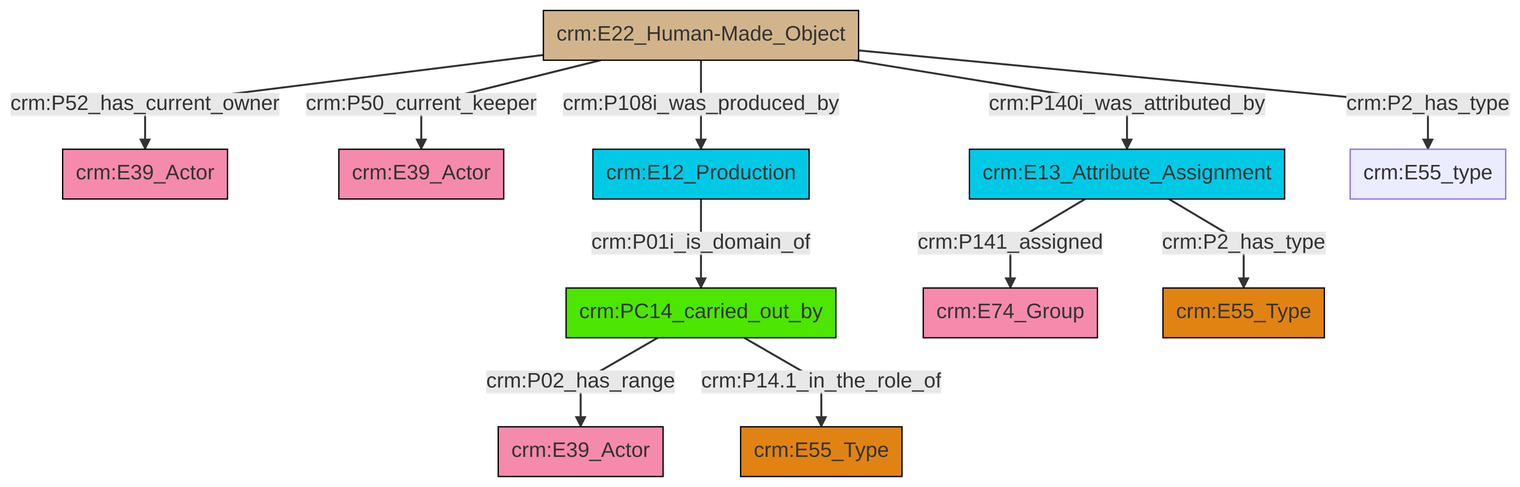
Before: et/artworkCSV/ttl/mmd/png/Artwork_Actor_Relations.png, a diagram exported from Mermaid (swiss-art-research-net/reference-data-models). Its source is kept beside it as et/artworkCSV/ttl/mmd/Artwork_Actor_Relations.ttl.mmd. Source of this version:
```mermaid
graph TD
classDef Literal fill:#f2f2f2,stroke:#000000;
classDef CRM_Entity fill:#FFFFFF,stroke:#000000;
classDef Temporal_Entity fill:#00C9E6, stroke:#000000;
classDef Type fill:#E18312, stroke:#000000;
classDef Time-Span fill:#2C9C91, stroke:#000000;
classDef Appellation fill:#FFEB7F, stroke:#000000;
classDef Place fill:#008836, stroke:#000000;
classDef Persistent_Item fill:#B266B2, stroke:#000000;
classDef Conceptual_Object fill:#FFD700, stroke:#000000;
classDef Physical_Thing fill:#D2B48C, stroke:#000000;
classDef Actor fill:#f58aad, stroke:#000000;
classDef PC_Classes fill:#4ce600, stroke:#000000;
classDef Multi fill:#cccccc,stroke:#000000;

0["crm:PC14_carried_out_by"]:::PC_Classes -->|crm:P02_has_range| 1["crm:E39_Actor"]:::Actor
2["crm:E22_Human-Made_Object"]:::Physical_Thing -->|crm:P52_has_current_owner| 3["crm:E39_Actor"]:::Actor
12["crm:E12_Production"]:::Temporal_Entity -->|crm:P01i_is_domain_of| 0["crm:PC14_carried_out_by"]:::PC_Classes
13["crm:E13_Attribute_Assignment"]:::Temporal_Entity -->|crm:P141_assigned| 6["crm:E74_Group"]:::Actor
2["crm:E22_Human-Made_Object"]:::Physical_Thing -->|crm:P2_has_type| 16["crm:E55_type"]:::Default
2["crm:E22_Human-Made_Object"]:::Physical_Thing -->|crm:P108i_was_produced_by| 12["crm:E12_Production"]:::Temporal_Entity
2["crm:E22_Human-Made_Object"]:::Physical_Thing -->|crm:P140i_was_attributed_by| 13["crm:E13_Attribute_Assignment"]:::Temporal_Entity
0["crm:PC14_carried_out_by"]:::PC_Classes -->|crm:P14.1_in_the_role_of| 14["crm:E55_Type"]:::Type
2["crm:E22_Human-Made_Object"]:::Physical_Thing -->|crm:P50_current_keeper| 4["crm:E39_Actor"]:::Actor
13["crm:E13_Attribute_Assignment"]:::Temporal_Entity -->|crm:P2_has_type| 10["crm:E55_Type"]:::Type
```
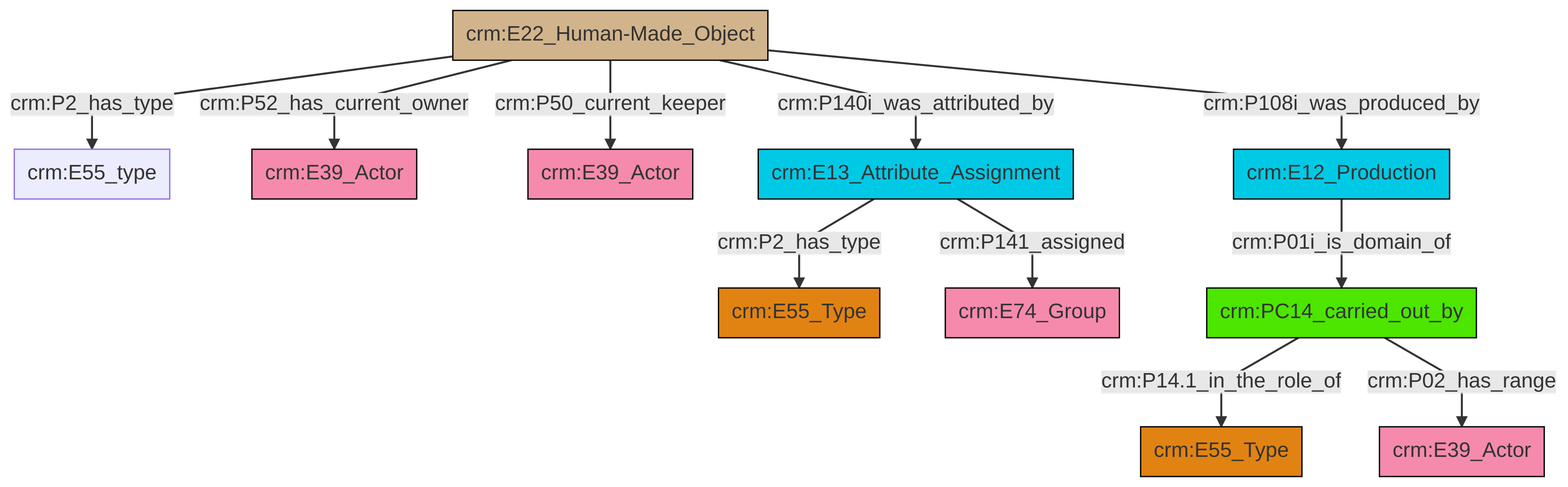
After the commit.

The edit, as a diff of the source:
```diff
@@ -13,13 +13,13 @@
 classDef PC_Classes fill:#4ce600, stroke:#000000;
 classDef Multi fill:#cccccc,stroke:#000000;
 
-0["crm:PC14_carried_out_by"]:::PC_Classes -->|crm:P02_has_range| 1["crm:E39_Actor"]:::Actor
-2["crm:E22_Human-Made_Object"]:::Physical_Thing -->|crm:P52_has_current_owner| 3["crm:E39_Actor"]:::Actor
-12["crm:E12_Production"]:::Temporal_Entity -->|crm:P01i_is_domain_of| 0["crm:PC14_carried_out_by"]:::PC_Classes
-13["crm:E13_Attribute_Assignment"]:::Temporal_Entity -->|crm:P141_assigned| 6["crm:E74_Group"]:::Actor
-2["crm:E22_Human-Made_Object"]:::Physical_Thing -->|crm:P2_has_type| 16["crm:E55_type"]:::Default
-2["crm:E22_Human-Made_Object"]:::Physical_Thing -->|crm:P108i_was_produced_by| 12["crm:E12_Production"]:::Temporal_Entity
-2["crm:E22_Human-Made_Object"]:::Physical_Thing -->|crm:P140i_was_attributed_by| 13["crm:E13_Attribute_Assignment"]:::Temporal_Entity
-0["crm:PC14_carried_out_by"]:::PC_Classes -->|crm:P14.1_in_the_role_of| 14["crm:E55_Type"]:::Type
-2["crm:E22_Human-Made_Object"]:::Physical_Thing -->|crm:P50_current_keeper| 4["crm:E39_Actor"]:::Actor
-13["crm:E13_Attribute_Assignment"]:::Temporal_Entity -->|crm:P2_has_type| 10["crm:E55_Type"]:::Type
+0["crm:E22_Human-Made_Object"]:::Physical_Thing -->|crm:P2_has_type| 1["crm:E55_type"]:::Default
+6["crm:E12_Production"]:::Temporal_Entity -->|crm:P01i_is_domain_of| 7["crm:PC14_carried_out_by"]:::PC_Classes
+8["crm:E13_Attribute_Assignment"]:::Temporal_Entity -->|crm:P2_has_type| 4["crm:E55_Type"]:::Type
+0["crm:E22_Human-Made_Object"]:::Physical_Thing -->|crm:P52_has_current_owner| 15["crm:E39_Actor"]:::Actor
+0["crm:E22_Human-Made_Object"]:::Physical_Thing -->|crm:P50_current_keeper| 2["crm:E39_Actor"]:::Actor
+8["crm:E13_Attribute_Assignment"]:::Temporal_Entity -->|crm:P141_assigned| 11["crm:E74_Group"]:::Actor
+0["crm:E22_Human-Made_Object"]:::Physical_Thing -->|crm:P140i_was_attributed_by| 8["crm:E13_Attribute_Assignment"]:::Temporal_Entity
+7["crm:PC14_carried_out_by"]:::PC_Classes -->|crm:P14.1_in_the_role_of| 16["crm:E55_Type"]:::Type
+7["crm:PC14_carried_out_by"]:::PC_Classes -->|crm:P02_has_range| 18["crm:E39_Actor"]:::Actor
+0["crm:E22_Human-Made_Object"]:::Physical_Thing -->|crm:P108i_was_produced_by| 6["crm:E12_Production"]:::Temporal_Entity
```
